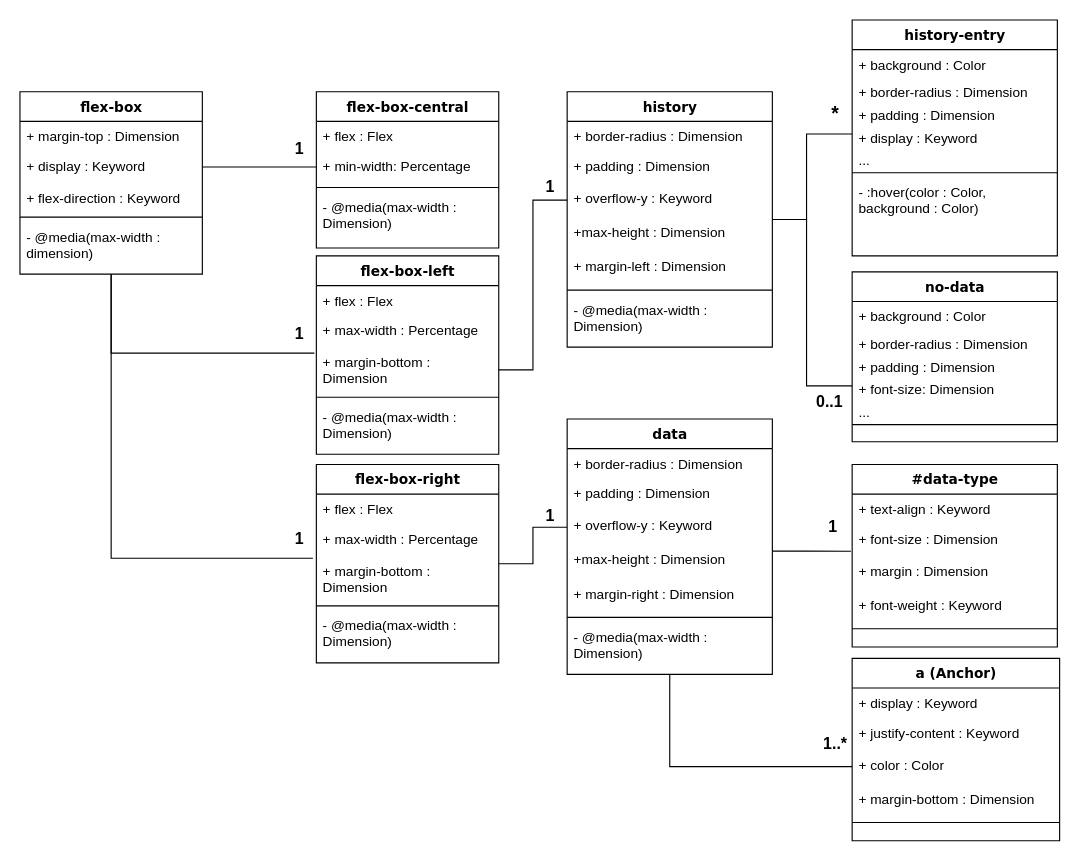
Above: diagrams/uml-class.drawio in jensenhill/jensenhill.github.io (draw.io), before the change. Source tidied: cells renumbered, new cells numbered last; positions are measured from the earlier drawing's top-left corner, leaving out a move shared by most shapes. Both pictures are drawn from the tidied source at 114%, with x=0, y=0 at pixel (19, 19).
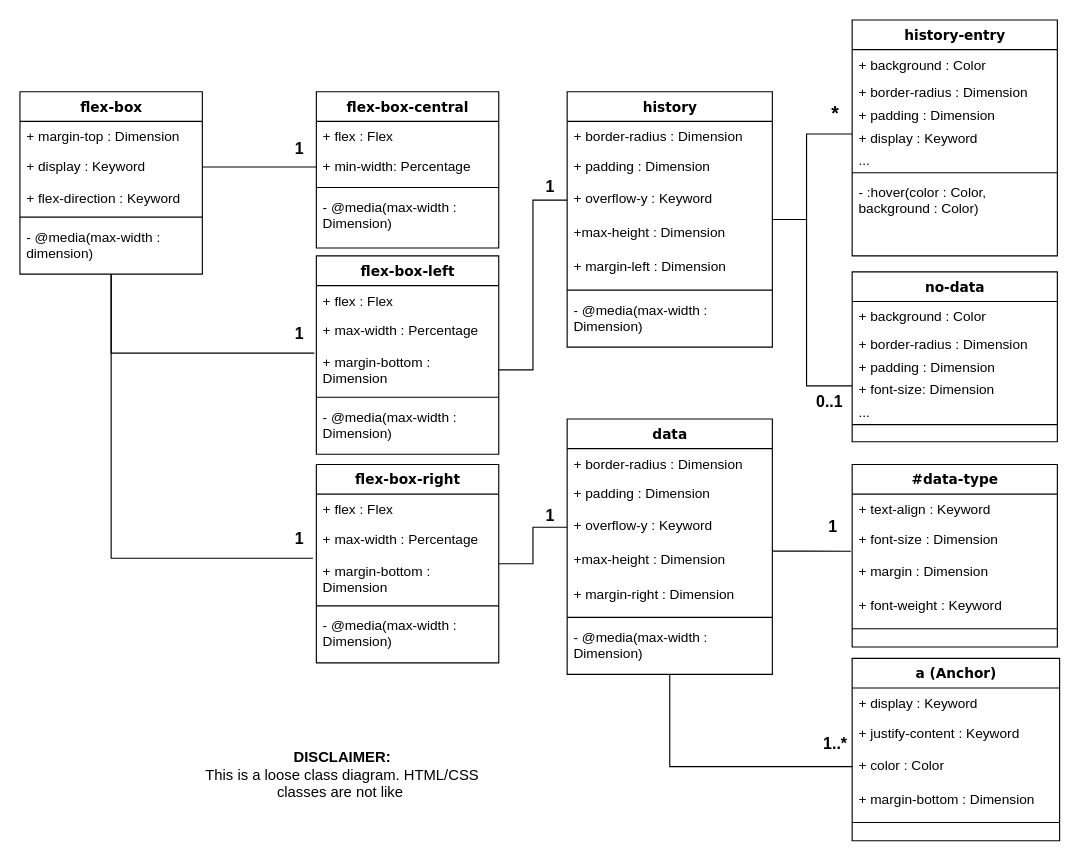
After the change.

Change to the diagram source:
```diff
@@
+    <mxCell id="86" value="&lt;div style=&quot;font-size: 13px;&quot;&gt;&lt;b style=&quot;font-size: 13px;&quot;&gt;DISCLAIMER:&lt;/b&gt;&lt;/div&gt;&lt;div style=&quot;font-size: 13px;&quot;&gt;This is a loose class diagram. HTML/CSS classes are not like&amp;nbsp; &lt;br style=&quot;font-size: 13px;&quot;&gt;&lt;/div&gt;" style="text;html=1;align=center;verticalAlign=middle;whiteSpace=wrap;rounded=0;fontFamily=Helvetica;fontSize=13;fontColor=default;labelBackgroundColor=default;" parent="1" vertex="1">
+      <mxGeometry x="150" y="616" width="266" height="91" as="geometry" />
+    </mxCell>
```
